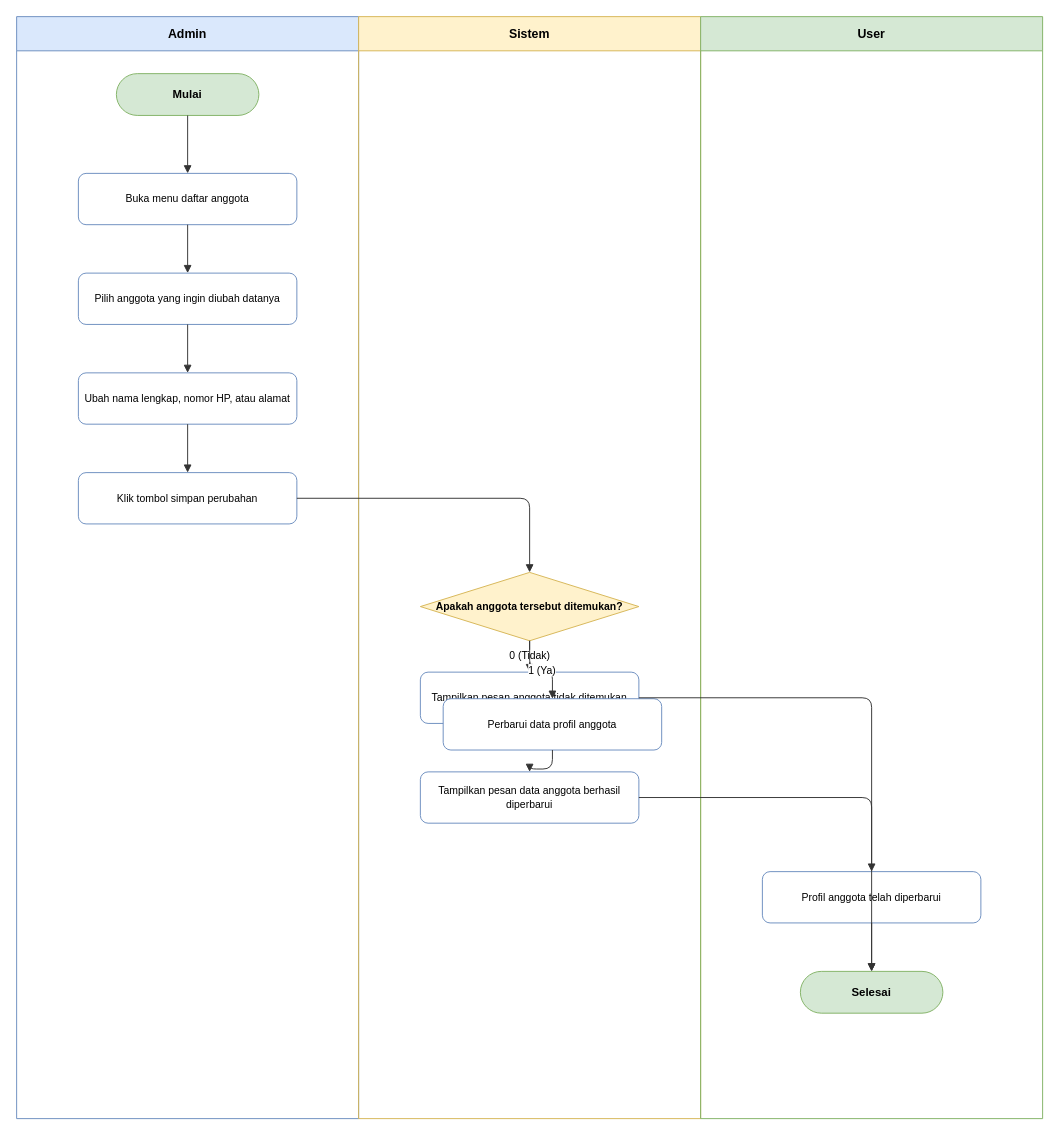
Above: docs/diagrams/activity/activity-updateuser.drawio in dimstyle/ruang-baca (draw.io), before the change. Source tidied: cells renumbered, new cells numbered last; positions are measured from the earlier drawing's top-left corner, leaving out a move shared by most shapes. Both pictures are drawn from the tidied source at 95%, with x=0, y=0 at pixel (16, 16).
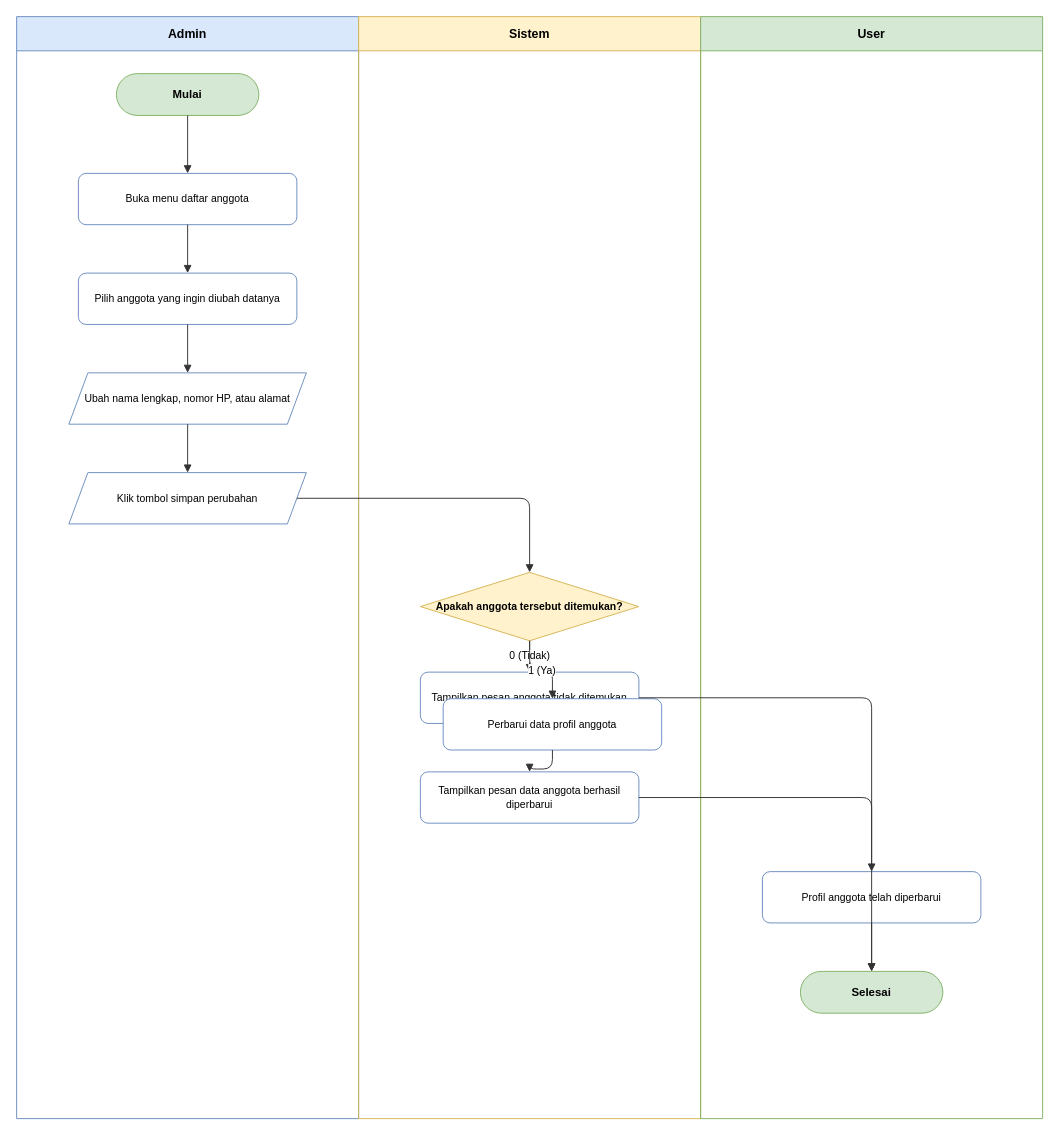
The same diagram, later.

The change refers to these unchanged cells:
```xml
<mxCell id="2" value="Admin" style="swimlane;whiteSpace=wrap;html=1;startSize=36;fillColor=#dae8fc;strokeColor=#6c8ebf;fontStyle=1;fontSize=13;" parent="1" vertex="1">
  <mxGeometry width="360" height="1160" as="geometry" />
</mxCell>
```

The edit, as a diff of the source:
```diff
@@
-    <mxCell id="8" value="Ubah nama lengkap, nomor HP, atau alamat" style="rounded=1;whiteSpace=wrap;html=1;fillColor=#ffffff;strokeColor=#6c8ebf;fontSize=11;" parent="2" vertex="1">
-      <mxGeometry x="65" y="375" width="230" height="54" as="geometry" />
+    <mxCell id="8" value="Ubah nama lengkap, nomor HP, atau alamat" style="shape=parallelogram;perimeter=parallelogramPerimeter;whiteSpace=wrap;html=1;fixedSize=1;fillColor=#ffffff;strokeColor=#6c8ebf;fontSize=11;" parent="2" vertex="1">
+      <mxGeometry x="55" y="375" width="250" height="54" as="geometry" />
     </mxCell>
-    <mxCell id="9" value="Klik tombol simpan perubahan" style="rounded=1;whiteSpace=wrap;html=1;fillColor=#ffffff;strokeColor=#6c8ebf;fontSize=11;" parent="2" vertex="1">
-      <mxGeometry x="65" y="480" width="230" height="54" as="geometry" />
+    <mxCell id="9" value="Klik tombol simpan perubahan" style="shape=parallelogram;perimeter=parallelogramPerimeter;whiteSpace=wrap;html=1;fixedSize=1;fillColor=#ffffff;strokeColor=#6c8ebf;fontSize=11;" parent="2" vertex="1">
+      <mxGeometry x="55" y="480" width="250" height="54" as="geometry" />
     </mxCell>
```
